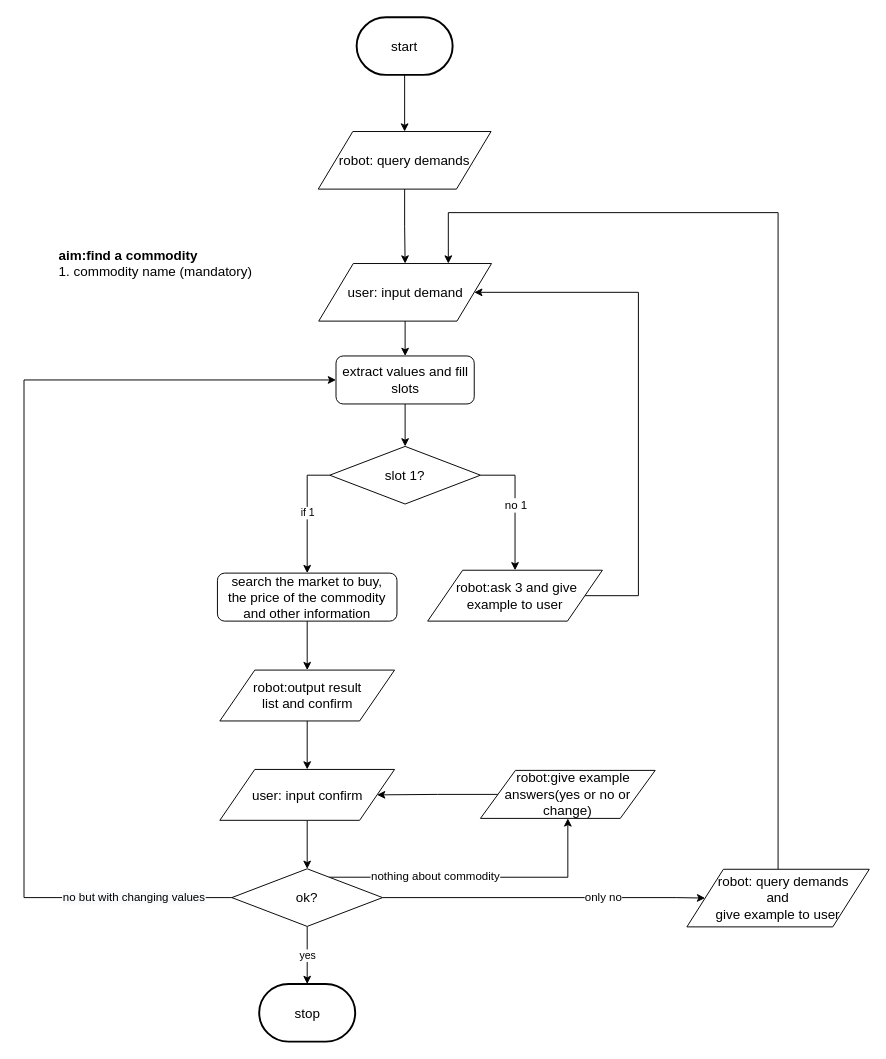
The draw.io diagram flow_diagram/shopping_plan.drawio in ricosr/travel_consult_chatbot, before the edit. Source tidied: cells renumbered, new cells numbered last; positions are measured from the earlier drawing's top-left corner, leaving out a move shared by most shapes. Both pictures are drawn from the tidied source at 96%, with x=0, y=0 at pixel (24, 17).
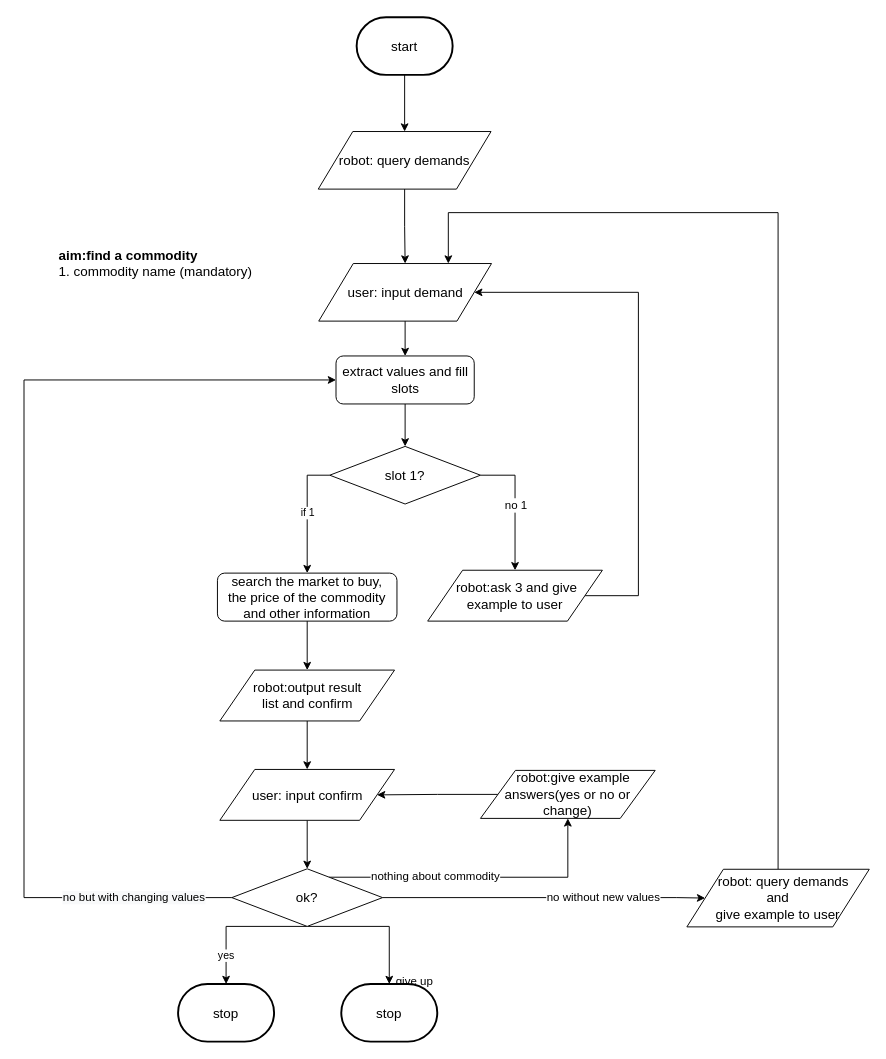
Above is the later version.

The change refers to these unchanged cells:
```xml
<mxCell id="16" style="edgeStyle=orthogonalEdgeStyle;rounded=0;jettySize=auto;html=1;exitX=1;exitY=0.5;exitDx=0;exitDy=0;entryX=0;entryY=0.5;entryDx=0;entryDy=0;" parent="1" edge="1" source="20" target="24">
  <mxGeometry relative="1" as="geometry">
    <Array as="points">
      <mxPoint x="679.5" y="916.5" />
      <mxPoint x="679.5" y="916.5" />
    </Array>
  </mxGeometry>
</mxCell>
<mxCell id="20" value="&lt;font style=&quot;font-size: 14px&quot;&gt;ok?&lt;br&gt;&lt;/font&gt;" style="rhombus;whiteSpace=wrap;html=1;" parent="1" vertex="1">
  <mxGeometry x="216" y="886.5" width="157" height="60" as="geometry" />
</mxCell>
```

What changed in the source:
```diff
@@
-    <mxCell id="13" value="yes" style="edgeStyle=orthogonalEdgeStyle;rounded=0;jettySize=auto;html=1;entryX=0.5;entryY=0;entryDx=0;entryDy=0;entryPerimeter=0;" parent="1" edge="1" source="20" target="26">
-      <mxGeometry relative="1" as="geometry">
+    <mxCell id="13" value="yes" style="edgeStyle=orthogonalEdgeStyle;rounded=0;jettySize=auto;html=1;entryX=0.5;entryY=0;entryDx=0;entryDy=0;entryPerimeter=0;exitX=0.5;exitY=1;exitDx=0;exitDy=0;" parent="1" edge="1" source="20" target="26">
+      <mxGeometry x="0.59" relative="1" as="geometry">
         <Array as="points">
-          <mxPoint x="294.5" y="972.5" />
-          <mxPoint x="294.5" y="972.5" />
+          <mxPoint x="210" y="947" />
+          <mxPoint x="210" y="1007" />
         </Array>
       </mxGeometry>
     </mxCell>
@@
-    <mxCell id="17" value="only no" style="text;html=1;align=center;verticalAlign=middle;labelBackgroundColor=#ffffff;" parent="16" vertex="1">
+    <mxCell id="17" value="no without new values" style="text;html=1;align=center;verticalAlign=middle;labelBackgroundColor=#ffffff;" parent="16" vertex="1">
       <mxGeometry x="-0.97" y="1" relative="1" as="geometry">
         <mxPoint x="224" y="1" as="offset" />
       </mxGeometry>
     </mxCell>
@@
+    <mxCell id="36" style="edgeStyle=orthogonalEdgeStyle;rounded=0;jettySize=auto;html=1;exitX=0.5;exitY=1;exitDx=0;exitDy=0;entryX=0.5;entryY=0;entryDx=0;entryDy=0;entryPerimeter=0;" parent="1" edge="1" source="20" target="38">
+      <mxGeometry relative="1" as="geometry">
+        <Array as="points">
+          <mxPoint x="380" y="947" />
+        </Array>
+      </mxGeometry>
+    </mxCell>
+    <mxCell id="37" value="give up" style="text;html=1;align=center;verticalAlign=middle;labelBackgroundColor=#ffffff;" parent="36" vertex="1">
+      <mxGeometry x="0.17" y="-26" relative="1" as="geometry">
+        <mxPoint x="26" y="30.5" as="offset" />
+      </mxGeometry>
+    </mxCell>
@@
     <mxCell id="26" value="&lt;font style=&quot;font-size: 14px&quot;&gt;stop&lt;/font&gt;" style="strokeWidth=2;html=1;shape=mxgraph.flowchart.terminator;whiteSpace=wrap;" parent="1" vertex="1">
-      <mxGeometry x="244.5" y="1006.5" width="100" height="60" as="geometry" />
+      <mxGeometry x="160" y="1006.5" width="100" height="60" as="geometry" />
     </mxCell>
@@
+    <mxCell id="38" value="&lt;font style=&quot;font-size: 14px&quot;&gt;stop&lt;/font&gt;" style="strokeWidth=2;html=1;shape=mxgraph.flowchart.terminator;whiteSpace=wrap;" parent="1" vertex="1">
+      <mxGeometry x="330" y="1006.5" width="100" height="60" as="geometry" />
+    </mxCell>
```
